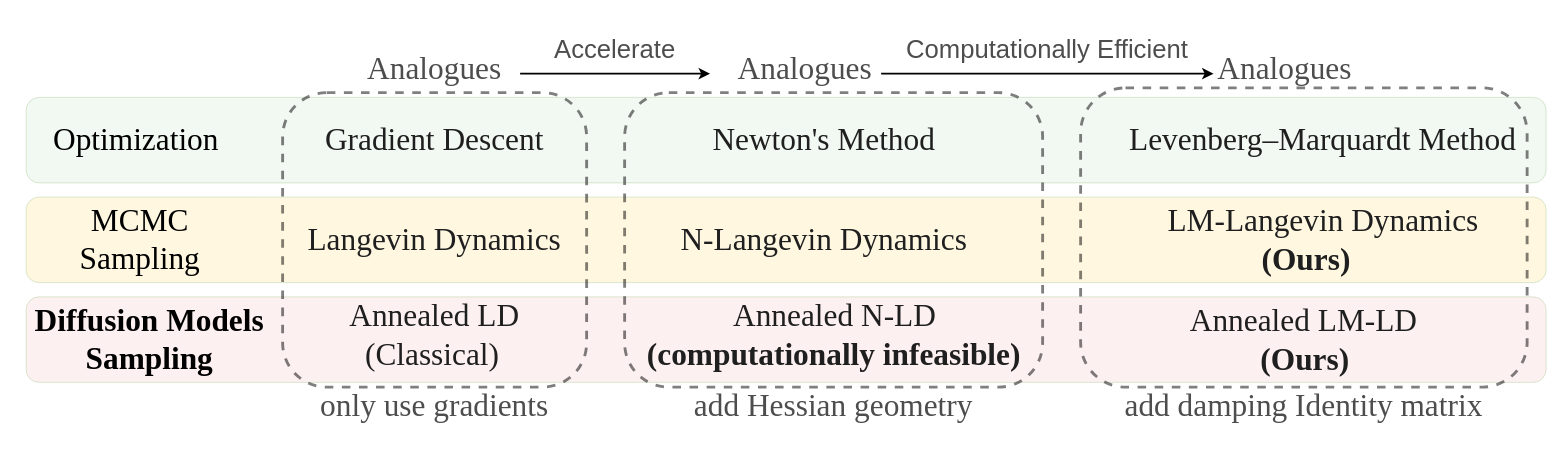
The draw.io diagram newton_algos.drawio in zituitui/drawio, before the edit. Source tidied: cells renumbered, new cells numbered last; positions are measured from the earlier drawing's top-left corner, leaving out a move shared by most shapes. Both pictures are drawn from the tidied source at 95%, with x=0, y=0 at pixel (16, 16).
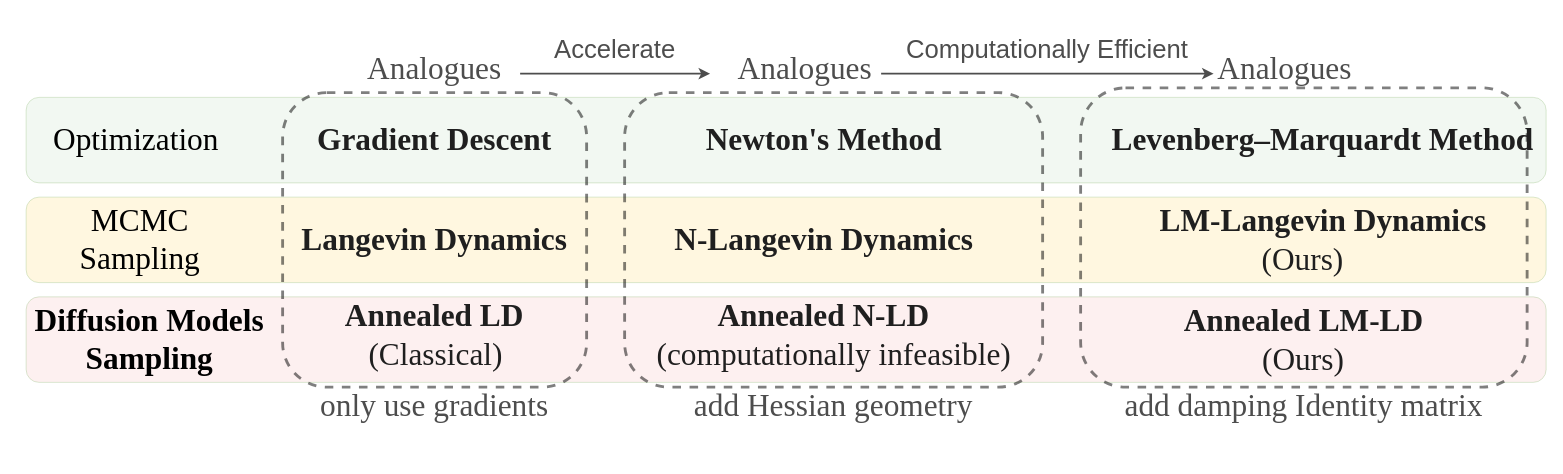
After the change.

The edit, as a diff of the source:
```diff
@@
-    <mxCell id="9" value="&lt;span style=&quot;color: rgb(31, 31, 31); font-family: &amp;quot;Times New Roman&amp;quot;; text-align: left;&quot;&gt;&lt;font style=&quot;font-size: 33px;&quot;&gt;Gradient Descent&lt;/font&gt;&lt;/span&gt;" style="rounded=1;whiteSpace=wrap;html=1;fillColor=none;strokeColor=none;opacity=30;gradientColor=none;" parent="1" vertex="1">
+    <mxCell id="9" value="&lt;span style=&quot;color: rgb(31, 31, 31); font-family: &amp;quot;Times New Roman&amp;quot;; text-align: left;&quot;&gt;&lt;font style=&quot;font-size: 33px;&quot;&gt;&lt;b&gt;Gradient Descent&lt;/b&gt;&lt;/font&gt;&lt;/span&gt;" style="rounded=1;whiteSpace=wrap;html=1;fillColor=none;strokeColor=none;opacity=30;gradientColor=none;" parent="1" vertex="1">
       <mxGeometry x="290" y="75" width="300" height="110" as="geometry" />
     </mxCell>
-    <mxCell id="10" value="&lt;div style=&quot;text-align: left;&quot;&gt;&lt;span style=&quot;background-color: initial;&quot;&gt;&lt;font style=&quot;font-size: 33px;&quot; face=&quot;Times New Roman&quot; color=&quot;#1f1f1f&quot;&gt;Langevin Dynamics&lt;/font&gt;&lt;/span&gt;&lt;/div&gt;" style="rounded=1;whiteSpace=wrap;html=1;fillColor=none;strokeColor=none;opacity=30;gradientColor=none;" parent="1" vertex="1">
+    <mxCell id="10" value="&lt;div style=&quot;text-align: left;&quot;&gt;&lt;span style=&quot;background-color: initial;&quot;&gt;&lt;font style=&quot;font-size: 33px;&quot; face=&quot;Times New Roman&quot; color=&quot;#1f1f1f&quot;&gt;&lt;b&gt;Langevin Dynamics&lt;/b&gt;&lt;/font&gt;&lt;/span&gt;&lt;/div&gt;" style="rounded=1;whiteSpace=wrap;html=1;fillColor=none;strokeColor=none;opacity=30;gradientColor=none;" parent="1" vertex="1">
       <mxGeometry x="290" y="180" width="300" height="110" as="geometry" />
     </mxCell>
-    <mxCell id="11" value="&lt;div style=&quot;text-align: left; font-size: 33px;&quot;&gt;&lt;span style=&quot;background-color: initial;&quot;&gt;&lt;font style=&quot;font-size: 33px;&quot; face=&quot;Times New Roman&quot; color=&quot;#1f1f1f&quot;&gt;Annealed LD&lt;/font&gt;&lt;/span&gt;&lt;/div&gt;&lt;div style=&quot;text-align: left; font-size: 33px;&quot;&gt;&lt;span style=&quot;background-color: initial;&quot;&gt;&lt;font style=&quot;font-size: 33px;&quot; face=&quot;Times New Roman&quot; color=&quot;#1f1f1f&quot;&gt;&amp;nbsp; (Classical)&lt;/font&gt;&lt;/span&gt;&lt;/div&gt;" style="rounded=1;whiteSpace=wrap;html=1;fillColor=none;strokeColor=none;opacity=30;gradientColor=none;" parent="1" vertex="1">
+    <mxCell id="11" value="&lt;div style=&quot;text-align: left; font-size: 33px;&quot;&gt;&lt;span style=&quot;background-color: initial;&quot;&gt;&lt;font style=&quot;font-size: 33px;&quot; face=&quot;Times New Roman&quot; color=&quot;#1f1f1f&quot;&gt;&lt;b&gt;Annealed LD&lt;/b&gt;&lt;/font&gt;&lt;/span&gt;&lt;/div&gt;&lt;div style=&quot;text-align: left; font-size: 33px;&quot;&gt;&lt;span style=&quot;background-color: initial;&quot;&gt;&lt;font style=&quot;font-size: 33px;&quot; face=&quot;Times New Roman&quot; color=&quot;#1f1f1f&quot;&gt;&lt;b&gt;&amp;nbsp; &amp;nbsp;&lt;/b&gt;(Classical)&lt;/font&gt;&lt;/span&gt;&lt;/div&gt;" style="rounded=1;whiteSpace=wrap;html=1;fillColor=none;strokeColor=none;opacity=30;gradientColor=none;" parent="1" vertex="1">
       <mxGeometry x="290" y="280" width="300" height="110" as="geometry" />
     </mxCell>
@@
-    <mxCell id="13" value="&lt;span style=&quot;color: rgb(31, 31, 31); font-family: &amp;quot;Times New Roman&amp;quot;; text-align: left;&quot;&gt;&lt;font style=&quot;font-size: 33px;&quot;&gt;Newton's Method&lt;/font&gt;&lt;/span&gt;" style="rounded=1;whiteSpace=wrap;html=1;fillColor=none;strokeColor=none;opacity=30;gradientColor=none;" parent="1" vertex="1">
+    <mxCell id="13" value="&lt;span style=&quot;color: rgb(31, 31, 31); font-family: &amp;quot;Times New Roman&amp;quot;; text-align: left;&quot;&gt;&lt;font style=&quot;font-size: 33px;&quot;&gt;&lt;b&gt;Newton's Method&lt;/b&gt;&lt;/font&gt;&lt;/span&gt;" style="rounded=1;whiteSpace=wrap;html=1;fillColor=none;strokeColor=none;opacity=30;gradientColor=none;" parent="1" vertex="1">
       <mxGeometry x="700" y="75" width="300" height="110" as="geometry" />
     </mxCell>
-    <mxCell id="14" value="&lt;div style=&quot;text-align: left;&quot;&gt;&lt;span style=&quot;background-color: initial;&quot;&gt;&lt;font style=&quot;font-size: 33px;&quot; face=&quot;Times New Roman&quot; color=&quot;#1f1f1f&quot;&gt;N-Langevin Dynamics&lt;/font&gt;&lt;/span&gt;&lt;/div&gt;" style="rounded=1;whiteSpace=wrap;html=1;fillColor=none;strokeColor=none;opacity=30;gradientColor=none;" parent="1" vertex="1">
+    <mxCell id="14" value="&lt;div style=&quot;text-align: left;&quot;&gt;&lt;span style=&quot;background-color: initial;&quot;&gt;&lt;font style=&quot;font-size: 33px;&quot; face=&quot;Times New Roman&quot; color=&quot;#1f1f1f&quot;&gt;&lt;b&gt;N-Langevin Dynamics&lt;/b&gt;&lt;/font&gt;&lt;/span&gt;&lt;/div&gt;" style="rounded=1;whiteSpace=wrap;html=1;fillColor=none;strokeColor=none;opacity=30;gradientColor=none;" parent="1" vertex="1">
       <mxGeometry x="670" y="180" width="360" height="110" as="geometry" />
     </mxCell>
-    <mxCell id="15" value="&lt;div style=&quot;text-align: left; font-size: 33px;&quot;&gt;&lt;font style=&quot;font-size: 33px;&quot;&gt;&lt;span style=&quot;color: rgb(31, 31, 31); font-family: &amp;quot;Times New Roman&amp;quot;;&quot;&gt;&amp;nbsp; &amp;nbsp; &amp;nbsp; &amp;nbsp; &amp;nbsp; &amp;nbsp;Annealed N-LD&lt;/span&gt;&lt;br&gt;&lt;/font&gt;&lt;/div&gt;&lt;div style=&quot;text-align: left; font-size: 33px;&quot;&gt;&lt;span style=&quot;color: rgb(31, 31, 31); font-family: &amp;quot;Times New Roman&amp;quot;;&quot;&gt;&lt;b style=&quot;&quot;&gt;&lt;font style=&quot;font-size: 33px;&quot;&gt;(computationally infeasible)&lt;/font&gt;&lt;/b&gt;&lt;/span&gt;&lt;/div&gt;" style="rounded=1;whiteSpace=wrap;html=1;fillColor=none;strokeColor=none;opacity=30;gradientColor=none;" parent="1" vertex="1">
+    <mxCell id="15" value="&lt;div style=&quot;text-align: left; font-size: 33px;&quot;&gt;&lt;font style=&quot;font-size: 33px;&quot;&gt;&lt;b&gt;&lt;span style=&quot;color: rgb(31, 31, 31); font-family: &amp;quot;Times New Roman&amp;quot;;&quot;&gt;&amp;nbsp; &amp;nbsp; &amp;nbsp; &amp;nbsp; Annealed N-LD&lt;/span&gt;&lt;br&gt;&lt;/b&gt;&lt;/font&gt;&lt;/div&gt;&lt;div style=&quot;text-align: left; font-size: 33px;&quot;&gt;&lt;span style=&quot;color: rgb(31, 31, 31); font-family: &amp;quot;Times New Roman&amp;quot;;&quot;&gt;&lt;font style=&quot;font-size: 33px;&quot;&gt;(computationally infeasible)&lt;/font&gt;&lt;/span&gt;&lt;/div&gt;" style="rounded=1;whiteSpace=wrap;html=1;fillColor=none;strokeColor=none;opacity=30;gradientColor=none;" parent="1" vertex="1">
       <mxGeometry x="628.5" y="280" width="463" height="110" as="geometry" />
     </mxCell>
@@
-    <mxCell id="19" value="&lt;span style=&quot;text-align: left;&quot;&gt;&lt;font style=&quot;&quot;&gt;&lt;font style=&quot;font-size: 33px;&quot; face=&quot;Times New Roman&quot; color=&quot;#1f1f1f&quot;&gt;Levenberg–Marquardt&amp;nbsp;Method&lt;/font&gt;&lt;/font&gt;&lt;/span&gt;" style="rounded=1;whiteSpace=wrap;html=1;fillColor=none;strokeColor=none;opacity=30;gradientColor=none;" parent="1" vertex="1">
+    <mxCell id="19" value="&lt;span style=&quot;text-align: left;&quot;&gt;&lt;font style=&quot;&quot;&gt;&lt;font style=&quot;font-size: 33px;&quot; face=&quot;Times New Roman&quot; color=&quot;#1f1f1f&quot;&gt;&lt;b&gt;Levenberg–Marquardt&amp;nbsp;Method&lt;/b&gt;&lt;/font&gt;&lt;/font&gt;&lt;/span&gt;" style="rounded=1;whiteSpace=wrap;html=1;fillColor=none;strokeColor=none;opacity=30;gradientColor=none;" parent="1" vertex="1">
       <mxGeometry x="1150" y="75" width="450" height="110" as="geometry" />
     </mxCell>
-    <mxCell id="20" value="&lt;div style=&quot;text-align: left; font-size: 33px;&quot;&gt;&lt;font style=&quot;font-size: 33px;&quot;&gt;&lt;span style=&quot;color: rgb(31, 31, 31); font-family: &amp;quot;Times New Roman&amp;quot;; background-color: initial;&quot;&gt;LM&lt;/span&gt;&lt;span style=&quot;background-color: initial;&quot;&gt;&lt;font style=&quot;font-size: 33px;&quot; face=&quot;Times New Roman&quot; color=&quot;#1f1f1f&quot;&gt;-Langevin Dynamics&lt;/font&gt;&lt;/span&gt;&lt;/font&gt;&lt;/div&gt;&lt;div style=&quot;text-align: left; font-size: 33px;&quot;&gt;&lt;span style=&quot;background-color: initial;&quot;&gt;&lt;font style=&quot;font-size: 33px;&quot; face=&quot;Times New Roman&quot; color=&quot;#1f1f1f&quot;&gt;&amp;nbsp; &amp;nbsp; &amp;nbsp; &amp;nbsp; &amp;nbsp; &amp;nbsp;&amp;nbsp;&lt;b style=&quot;&quot;&gt;(Ours)&lt;/b&gt;&lt;/font&gt;&lt;/span&gt;&lt;/div&gt;" style="rounded=1;whiteSpace=wrap;html=1;fillColor=none;strokeColor=none;opacity=30;gradientColor=none;" parent="1" vertex="1">
+    <mxCell id="20" value="&lt;div style=&quot;text-align: left; font-size: 33px;&quot;&gt;&lt;font style=&quot;font-size: 33px;&quot;&gt;&lt;b&gt;&lt;span style=&quot;color: rgb(31, 31, 31); font-family: &amp;quot;Times New Roman&amp;quot;; background-color: initial;&quot;&gt;LM&lt;/span&gt;&lt;span style=&quot;background-color: initial;&quot;&gt;&lt;font style=&quot;font-size: 33px;&quot; face=&quot;Times New Roman&quot; color=&quot;#1f1f1f&quot;&gt;-Langevin Dynamics&lt;/font&gt;&lt;/span&gt;&lt;/b&gt;&lt;/font&gt;&lt;/div&gt;&lt;div style=&quot;text-align: left; font-size: 33px;&quot;&gt;&lt;span style=&quot;background-color: initial;&quot;&gt;&lt;font style=&quot;font-size: 33px;&quot; face=&quot;Times New Roman&quot; color=&quot;#1f1f1f&quot;&gt;&lt;b&gt;&amp;nbsp; &amp;nbsp; &amp;nbsp; &amp;nbsp; &amp;nbsp; &amp;nbsp; &amp;nbsp;&lt;/b&gt;(Ours)&lt;/font&gt;&lt;/span&gt;&lt;/div&gt;" style="rounded=1;whiteSpace=wrap;html=1;fillColor=none;strokeColor=none;opacity=30;gradientColor=none;" parent="1" vertex="1">
       <mxGeometry x="1162.5" y="180" width="425" height="110" as="geometry" />
     </mxCell>
-    <mxCell id="21" value="&lt;div style=&quot;text-align: left; font-size: 33px;&quot;&gt;&lt;font style=&quot;font-size: 33px;&quot;&gt;&lt;span style=&quot;color: rgb(31, 31, 31); font-family: &amp;quot;Times New Roman&amp;quot;;&quot;&gt;Annealed&amp;nbsp;&lt;/span&gt;&lt;span style=&quot;background-color: initial; color: rgb(31, 31, 31); font-family: &amp;quot;Times New Roman&amp;quot;;&quot;&gt;LM&lt;/span&gt;&lt;span style=&quot;background-color: initial;&quot;&gt;&lt;font style=&quot;font-size: 33px;&quot; face=&quot;Times New Roman&quot; color=&quot;#1f1f1f&quot;&gt;-LD&lt;/font&gt;&lt;/span&gt;&lt;br&gt;&lt;/font&gt;&lt;/div&gt;&lt;div style=&quot;text-align: left; font-size: 33px;&quot;&gt;&lt;font style=&quot;font-size: 33px;&quot;&gt;&lt;span style=&quot;color: rgb(31, 31, 31); font-family: &amp;quot;Times New Roman&amp;quot;;&quot;&gt;&amp;nbsp; &amp;nbsp; &amp;nbsp; &amp;nbsp; &amp;nbsp;&lt;b&gt;(&lt;/b&gt;&lt;/span&gt;&lt;b&gt;&lt;span style=&quot;color: rgb(31, 31, 31); font-family: &amp;quot;Times New Roman&amp;quot;;&quot;&gt;Ours&lt;/span&gt;&lt;span style=&quot;color: rgb(31, 31, 31); font-family: &amp;quot;Times New Roman&amp;quot;;&quot;&gt;)&lt;/span&gt;&lt;/b&gt;&lt;/font&gt;&lt;/div&gt;" style="rounded=1;whiteSpace=wrap;html=1;fillColor=none;strokeColor=none;opacity=30;gradientColor=none;" parent="1" vertex="1">
+    <mxCell id="21" value="&lt;div style=&quot;text-align: left; font-size: 33px;&quot;&gt;&lt;font style=&quot;font-size: 33px;&quot;&gt;&lt;b&gt;&lt;span style=&quot;color: rgb(31, 31, 31); font-family: &amp;quot;Times New Roman&amp;quot;;&quot;&gt;Annealed&amp;nbsp;&lt;/span&gt;&lt;span style=&quot;background-color: initial; color: rgb(31, 31, 31); font-family: &amp;quot;Times New Roman&amp;quot;;&quot;&gt;LM&lt;/span&gt;&lt;span style=&quot;background-color: initial;&quot;&gt;&lt;font style=&quot;font-size: 33px;&quot; face=&quot;Times New Roman&quot; color=&quot;#1f1f1f&quot;&gt;-LD&lt;/font&gt;&lt;/span&gt;&lt;br&gt;&lt;/b&gt;&lt;/font&gt;&lt;/div&gt;&lt;div style=&quot;text-align: left; font-size: 33px;&quot;&gt;&lt;font style=&quot;font-size: 33px;&quot;&gt;&lt;span style=&quot;color: rgb(31, 31, 31); font-family: &amp;quot;Times New Roman&amp;quot;;&quot;&gt;&lt;b&gt;&amp;nbsp; &amp;nbsp; &amp;nbsp; &amp;nbsp; &lt;/b&gt;&amp;nbsp; (&lt;/span&gt;&lt;span style=&quot;color: rgb(31, 31, 31); font-family: &amp;quot;Times New Roman&amp;quot;;&quot;&gt;Ours&lt;/span&gt;&lt;span style=&quot;color: rgb(31, 31, 31); font-family: &amp;quot;Times New Roman&amp;quot;;&quot;&gt;)&lt;/span&gt;&lt;/font&gt;&lt;/div&gt;" style="rounded=1;whiteSpace=wrap;html=1;fillColor=none;strokeColor=none;opacity=30;gradientColor=none;" parent="1" vertex="1">
       <mxGeometry x="1105" y="285" width="500" height="110" as="geometry" />
     </mxCell>
@@
-    <mxCell id="23" style="endArrow=classic;html=1;rounded=0;strokeWidth=2;" parent="1" edge="1">
+    <mxCell id="23" style="endArrow=classic;html=1;rounded=0;strokeWidth=2;strokeColor=#4D4D4D;" parent="1" edge="1">
       <mxGeometry relative="1" as="geometry">
         <mxPoint x="530" y="60" as="sourcePoint" />
         <mxPoint x="730" y="60" as="targetPoint" />
       </mxGeometry>
     </mxCell>
-    <mxCell id="24" style="endArrow=classic;html=1;rounded=0;strokeWidth=2;" parent="1" edge="1">
+    <mxCell id="24" style="endArrow=classic;html=1;rounded=0;strokeWidth=2;strokeColor=#4D4D4D;" parent="1" edge="1">
       <mxGeometry relative="1" as="geometry">
         <mxPoint x="910" y="60" as="sourcePoint" />
         <mxPoint x="1260" y="60" as="targetPoint" />
       </mxGeometry>
     </mxCell>
```
